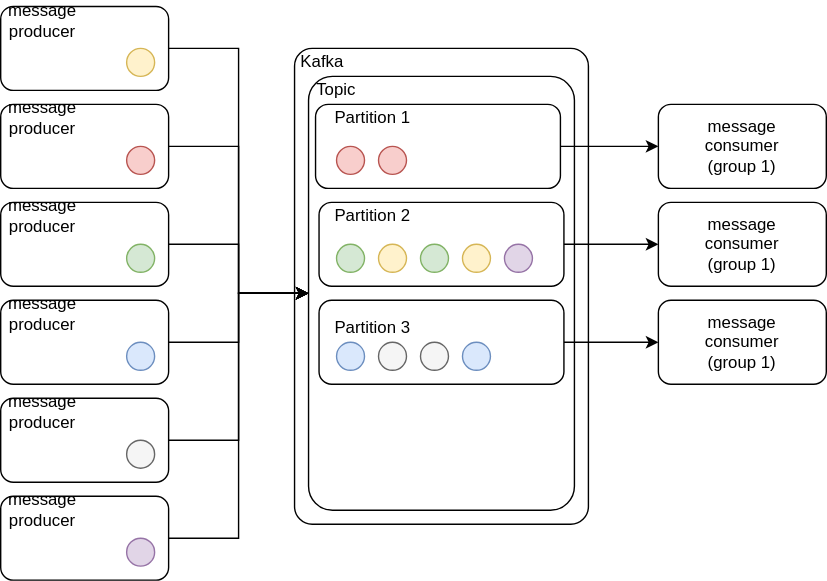
Before: spring-kafka/docs/kafka-topics.svg, a diagram exported from draw.io (jveverka/spring-examples). Source tidied: cells renumbered, new cells last; positions are measured from the earlier drawing's top-left corner, leaving out a move shared by most shapes. Source of this version:
```xml
<mxGraphModel>
  <root>
    <mxCell id="0" />
    <mxCell id="1" parent="0" />
    <mxCell id="2" style="rounded=1;whiteSpace=wrap;html=1;arcSize=6;" parent="1" vertex="1">
      <mxGeometry x="210" y="30" width="210" height="340" as="geometry" />
    </mxCell>
    <mxCell id="3" style="edgeStyle=orthogonalEdgeStyle;rounded=0;jettySize=auto;html=1;entryX=0;entryY=0.5;entryDx=0;entryDy=0;" parent="1" edge="1" source="4" target="6">
      <mxGeometry relative="1" as="geometry" />
    </mxCell>
    <mxCell id="4" style="rounded=1;whiteSpace=wrap;html=1;" parent="1" vertex="1">
      <mxGeometry y="70" width="120" height="60" as="geometry" />
    </mxCell>
    <mxCell id="5" value="Kafka" style="text;html=1;strokeColor=none;fillColor=none;align=center;verticalAlign=middle;whiteSpace=wrap;rounded=0;" parent="1" vertex="1">
      <mxGeometry x="210" y="30" width="40" height="20" as="geometry" />
    </mxCell>
    <mxCell id="6" style="rounded=1;whiteSpace=wrap;html=1;arcSize=9;" parent="1" vertex="1">
      <mxGeometry x="220" y="50" width="190" height="310" as="geometry" />
    </mxCell>
    <mxCell id="7" value="Topic" style="text;html=1;strokeColor=none;fillColor=none;align=center;verticalAlign=middle;whiteSpace=wrap;rounded=0;" parent="1" vertex="1">
      <mxGeometry x="220" y="50" width="40" height="20" as="geometry" />
    </mxCell>
    <mxCell id="8" style="edgeStyle=orthogonalEdgeStyle;rounded=0;jettySize=auto;html=1;" parent="1" edge="1" source="9" target="15">
      <mxGeometry relative="1" as="geometry" />
    </mxCell>
    <mxCell id="9" style="rounded=1;whiteSpace=wrap;html=1;" parent="1" vertex="1">
      <mxGeometry x="225" y="70" width="175" height="60" as="geometry" />
    </mxCell>
    <mxCell id="10" value="Partition 1" style="text;html=1;strokeColor=none;fillColor=none;align=center;verticalAlign=middle;whiteSpace=wrap;rounded=0;" parent="1" vertex="1">
      <mxGeometry x="232" y="70" width="68" height="20" as="geometry" />
    </mxCell>
    <mxCell id="11" style="edgeStyle=orthogonalEdgeStyle;rounded=0;jettySize=auto;html=1;" parent="1" edge="1" source="12" target="18">
      <mxGeometry relative="1" as="geometry" />
    </mxCell>
    <mxCell id="12" style="rounded=1;whiteSpace=wrap;html=1;" parent="1" vertex="1">
      <mxGeometry x="227.5" y="140" width="175" height="60" as="geometry" />
    </mxCell>
    <mxCell id="13" style="edgeStyle=orthogonalEdgeStyle;rounded=0;jettySize=auto;html=1;" parent="1" edge="1" source="14" target="19">
      <mxGeometry relative="1" as="geometry" />
    </mxCell>
    <mxCell id="14" style="rounded=1;whiteSpace=wrap;html=1;" parent="1" vertex="1">
      <mxGeometry x="227.5" y="210" width="175" height="60" as="geometry" />
    </mxCell>
    <mxCell id="15" value="message&lt;br&gt;consumer&lt;br&gt;(group 1)" style="rounded=1;whiteSpace=wrap;html=1;" parent="1" vertex="1">
      <mxGeometry x="470" y="70" width="120" height="60" as="geometry" />
    </mxCell>
    <mxCell id="16" value="Partition 2" style="text;html=1;strokeColor=none;fillColor=none;align=center;verticalAlign=middle;whiteSpace=wrap;rounded=0;" parent="1" vertex="1">
      <mxGeometry x="232" y="140" width="68" height="20" as="geometry" />
    </mxCell>
    <mxCell id="17" value="Partition 3" style="text;html=1;strokeColor=none;fillColor=none;align=center;verticalAlign=middle;whiteSpace=wrap;rounded=0;" parent="1" vertex="1">
      <mxGeometry x="232" y="220" width="68" height="20" as="geometry" />
    </mxCell>
    <mxCell id="18" value="message&lt;br&gt;consumer&lt;br&gt;(group 1)" style="rounded=1;whiteSpace=wrap;html=1;" parent="1" vertex="1">
      <mxGeometry x="470" y="140" width="120" height="60" as="geometry" />
    </mxCell>
    <mxCell id="19" value="message&lt;br&gt;consumer&lt;br&gt;(group 1)" style="rounded=1;whiteSpace=wrap;html=1;" parent="1" vertex="1">
      <mxGeometry x="470" y="210" width="120" height="60" as="geometry" />
    </mxCell>
    <mxCell id="20" style="edgeStyle=orthogonalEdgeStyle;rounded=0;jettySize=auto;html=1;entryX=0;entryY=0.5;entryDx=0;entryDy=0;" parent="1" edge="1" source="21" target="6">
      <mxGeometry relative="1" as="geometry" />
    </mxCell>
    <mxCell id="21" style="rounded=1;whiteSpace=wrap;html=1;" parent="1" vertex="1">
      <mxGeometry y="140" width="120" height="60" as="geometry" />
    </mxCell>
    <mxCell id="22" value="message&lt;br&gt;producer" style="text;html=1;strokeColor=none;fillColor=none;align=center;verticalAlign=middle;whiteSpace=wrap;rounded=0;" parent="1" vertex="1">
      <mxGeometry x="10" y="140" width="40" height="20" as="geometry" />
    </mxCell>
    <mxCell id="23" value="message&lt;br&gt;producer" style="text;html=1;strokeColor=none;fillColor=none;align=center;verticalAlign=middle;whiteSpace=wrap;rounded=0;" parent="1" vertex="1">
      <mxGeometry x="10" y="70" width="40" height="20" as="geometry" />
    </mxCell>
    <mxCell id="24" style="ellipse;whiteSpace=wrap;html=1;fillColor=#f8cecc;strokeColor=#b85450;" parent="1" vertex="1">
      <mxGeometry x="90" y="100" width="20" height="20" as="geometry" />
    </mxCell>
    <mxCell id="25" style="ellipse;whiteSpace=wrap;html=1;fillColor=#d5e8d4;strokeColor=#82b366;" parent="1" vertex="1">
      <mxGeometry x="90" y="170" width="20" height="20" as="geometry" />
    </mxCell>
    <mxCell id="26" style="ellipse;whiteSpace=wrap;html=1;fillColor=#f8cecc;strokeColor=#b85450;" parent="1" vertex="1">
      <mxGeometry x="240" y="100" width="20" height="20" as="geometry" />
    </mxCell>
    <mxCell id="27" style="ellipse;whiteSpace=wrap;html=1;fillColor=#d5e8d4;strokeColor=#82b366;" parent="1" vertex="1">
      <mxGeometry x="240" y="170" width="20" height="20" as="geometry" />
    </mxCell>
    <mxCell id="28" style="edgeStyle=orthogonalEdgeStyle;rounded=0;jettySize=auto;html=1;entryX=0;entryY=0.5;entryDx=0;entryDy=0;" parent="1" edge="1" source="29" target="6">
      <mxGeometry relative="1" as="geometry" />
    </mxCell>
    <mxCell id="29" style="rounded=1;whiteSpace=wrap;html=1;" parent="1" vertex="1">
      <mxGeometry width="120" height="60" as="geometry" />
    </mxCell>
    <mxCell id="30" value="message&lt;br&gt;producer" style="text;html=1;strokeColor=none;fillColor=none;align=center;verticalAlign=middle;whiteSpace=wrap;rounded=0;" parent="1" vertex="1">
      <mxGeometry x="10" width="40" height="20" as="geometry" />
    </mxCell>
    <mxCell id="31" style="ellipse;whiteSpace=wrap;html=1;fillColor=#fff2cc;strokeColor=#d6b656;" parent="1" vertex="1">
      <mxGeometry x="90" y="30" width="20" height="20" as="geometry" />
    </mxCell>
    <mxCell id="32" style="ellipse;whiteSpace=wrap;html=1;fillColor=#fff2cc;strokeColor=#d6b656;" parent="1" vertex="1">
      <mxGeometry x="270" y="170" width="20" height="20" as="geometry" />
    </mxCell>
    <mxCell id="33" style="edgeStyle=orthogonalEdgeStyle;rounded=0;jettySize=auto;html=1;entryX=0;entryY=0.5;entryDx=0;entryDy=0;" parent="1" edge="1" source="34" target="6">
      <mxGeometry relative="1" as="geometry" />
    </mxCell>
    <mxCell id="34" style="rounded=1;whiteSpace=wrap;html=1;" parent="1" vertex="1">
      <mxGeometry y="210" width="120" height="60" as="geometry" />
    </mxCell>
    <mxCell id="35" value="message&lt;br&gt;producer" style="text;html=1;strokeColor=none;fillColor=none;align=center;verticalAlign=middle;whiteSpace=wrap;rounded=0;" parent="1" vertex="1">
      <mxGeometry x="10" y="210" width="40" height="20" as="geometry" />
    </mxCell>
    <mxCell id="36" style="ellipse;whiteSpace=wrap;html=1;fillColor=#dae8fc;strokeColor=#6c8ebf;" parent="1" vertex="1">
      <mxGeometry x="90" y="240" width="20" height="20" as="geometry" />
    </mxCell>
    <mxCell id="37" style="ellipse;whiteSpace=wrap;html=1;fillColor=#dae8fc;strokeColor=#6c8ebf;" parent="1" vertex="1">
      <mxGeometry x="240" y="240" width="20" height="20" as="geometry" />
    </mxCell>
    <mxCell id="38" style="edgeStyle=orthogonalEdgeStyle;rounded=0;jettySize=auto;html=1;entryX=0;entryY=0.5;entryDx=0;entryDy=0;" parent="1" edge="1" source="39" target="6">
      <mxGeometry relative="1" as="geometry" />
    </mxCell>
    <mxCell id="39" style="rounded=1;whiteSpace=wrap;html=1;" parent="1" vertex="1">
      <mxGeometry y="280" width="120" height="60" as="geometry" />
    </mxCell>
    <mxCell id="40" value="message&lt;br&gt;producer" style="text;html=1;strokeColor=none;fillColor=none;align=center;verticalAlign=middle;whiteSpace=wrap;rounded=0;" parent="1" vertex="1">
      <mxGeometry x="10" y="280" width="40" height="20" as="geometry" />
    </mxCell>
    <mxCell id="41" style="ellipse;whiteSpace=wrap;html=1;fillColor=#f5f5f5;strokeColor=#666666;fontColor=#333333;" parent="1" vertex="1">
      <mxGeometry x="90" y="310" width="20" height="20" as="geometry" />
    </mxCell>
    <mxCell id="42" style="ellipse;whiteSpace=wrap;html=1;fillColor=#f5f5f5;strokeColor=#666666;fontColor=#333333;" parent="1" vertex="1">
      <mxGeometry x="270" y="240" width="20" height="20" as="geometry" />
    </mxCell>
    <mxCell id="43" style="ellipse;whiteSpace=wrap;html=1;fillColor=#d5e8d4;strokeColor=#82b366;" parent="1" vertex="1">
      <mxGeometry x="300" y="170" width="20" height="20" as="geometry" />
    </mxCell>
    <mxCell id="44" style="ellipse;whiteSpace=wrap;html=1;fillColor=#fff2cc;strokeColor=#d6b656;" parent="1" vertex="1">
      <mxGeometry x="330" y="170" width="20" height="20" as="geometry" />
    </mxCell>
    <mxCell id="45" style="ellipse;whiteSpace=wrap;html=1;fillColor=#f5f5f5;strokeColor=#666666;fontColor=#333333;" parent="1" vertex="1">
      <mxGeometry x="300" y="240" width="20" height="20" as="geometry" />
    </mxCell>
    <mxCell id="46" style="ellipse;whiteSpace=wrap;html=1;fillColor=#dae8fc;strokeColor=#6c8ebf;" parent="1" vertex="1">
      <mxGeometry x="330" y="240" width="20" height="20" as="geometry" />
    </mxCell>
    <mxCell id="47" style="ellipse;whiteSpace=wrap;html=1;fillColor=#f8cecc;strokeColor=#b85450;" parent="1" vertex="1">
      <mxGeometry x="270" y="100" width="20" height="20" as="geometry" />
    </mxCell>
    <mxCell id="48" style="edgeStyle=orthogonalEdgeStyle;rounded=0;jettySize=auto;html=1;entryX=0;entryY=0.5;entryDx=0;entryDy=0;" parent="1" edge="1" source="49" target="6">
      <mxGeometry relative="1" as="geometry" />
    </mxCell>
    <mxCell id="49" style="rounded=1;whiteSpace=wrap;html=1;" parent="1" vertex="1">
      <mxGeometry y="350" width="120" height="60" as="geometry" />
    </mxCell>
    <mxCell id="50" value="message&lt;br&gt;producer" style="text;html=1;strokeColor=none;fillColor=none;align=center;verticalAlign=middle;whiteSpace=wrap;rounded=0;" parent="1" vertex="1">
      <mxGeometry x="10" y="350" width="40" height="20" as="geometry" />
    </mxCell>
    <mxCell id="51" style="ellipse;whiteSpace=wrap;html=1;fillColor=#e1d5e7;strokeColor=#9673a6;" parent="1" vertex="1">
      <mxGeometry x="90" y="380" width="20" height="20" as="geometry" />
    </mxCell>
    <mxCell id="52" style="ellipse;whiteSpace=wrap;html=1;fillColor=#e1d5e7;strokeColor=#9673a6;" parent="1" vertex="1">
      <mxGeometry x="360" y="170" width="20" height="20" as="geometry" />
    </mxCell>
  </root>
</mxGraphModel>
```
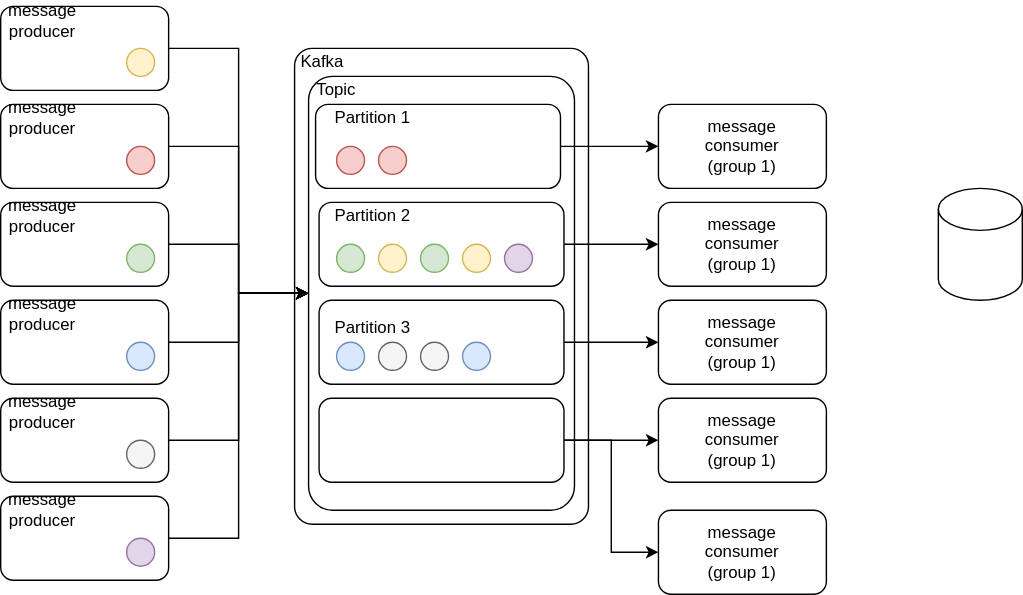
The same file after the commit.

Change to the diagram source:
```diff
@@ -155,5 +155,23 @@
     <mxCell id="52" style="ellipse;whiteSpace=wrap;html=1;fillColor=#e1d5e7;strokeColor=#9673a6;" parent="1" vertex="1">
       <mxGeometry x="360" y="170" width="20" height="20" as="geometry" />
     </mxCell>
+    <mxCell id="53" style="edgeStyle=orthogonalEdgeStyle;rounded=0;jettySize=auto;html=1;" parent="1" edge="1" source="55" target="56">
+      <mxGeometry relative="1" as="geometry" />
+    </mxCell>
+    <mxCell id="54" style="edgeStyle=orthogonalEdgeStyle;rounded=0;jettySize=auto;html=1;entryX=0;entryY=0.5;entryDx=0;entryDy=0;" parent="1" edge="1" source="55" target="57">
+      <mxGeometry relative="1" as="geometry" />
+    </mxCell>
+    <mxCell id="55" style="rounded=1;whiteSpace=wrap;html=1;" parent="1" vertex="1">
+      <mxGeometry x="227.5" y="280" width="175" height="60" as="geometry" />
+    </mxCell>
+    <mxCell id="56" value="message&lt;br&gt;consumer&lt;br&gt;(group 1)" style="rounded=1;whiteSpace=wrap;html=1;" parent="1" vertex="1">
+      <mxGeometry x="470" y="280" width="120" height="60" as="geometry" />
+    </mxCell>
+    <mxCell id="57" value="message&lt;br&gt;consumer&lt;br&gt;(group 1)" style="rounded=1;whiteSpace=wrap;html=1;" parent="1" vertex="1">
+      <mxGeometry x="470" y="360" width="120" height="60" as="geometry" />
+    </mxCell>
+    <mxCell id="58" style="shape=cylinder3;whiteSpace=wrap;html=1;boundedLbl=1;backgroundOutline=1;size=15;" parent="1" vertex="1">
+      <mxGeometry x="670" y="130" width="60" height="80" as="geometry" />
+    </mxCell>
   </root>
 </mxGraphModel>
```
